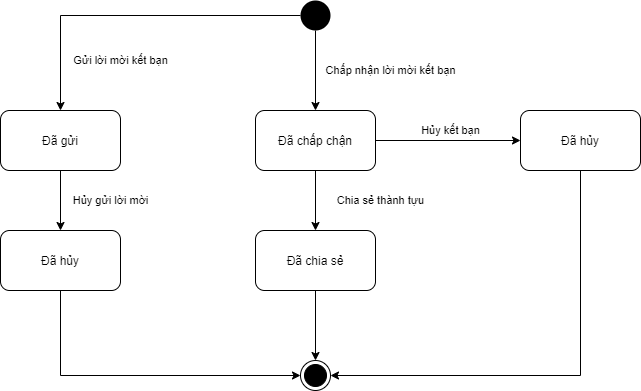
The draw.io diagram ToDoApp-Doc/Document/Diagram/State Machine Diagram/AddFriends/AddFriends_StateMachineDiagram.png in Merevoli-DatLuu/To-Do-App, before a commit. Source tidied: cells renumbered, new cells last; positions are measured from the earlier drawing's top-left corner, leaving out a move shared by most shapes. Source of this version:
```xml
<mxGraphModel>
  <root>
    <mxCell id="0" />
    <mxCell id="1" parent="0" />
    <mxCell id="2" value="Chấp nhận lời mời kết bạn" style="edgeStyle=none;rounded=0;jettySize=auto;html=1;" parent="1" edge="1" source="4" target="7">
      <mxGeometry y="75" relative="1" as="geometry" />
    </mxCell>
    <mxCell id="3" value="Gửi lời mời kết bạn" style="edgeStyle=orthogonalEdgeStyle;rounded=0;jettySize=auto;html=1;" parent="1" edge="1" source="4" target="9">
      <mxGeometry x="0.07" y="45" relative="1" as="geometry" />
    </mxCell>
    <mxCell id="4" style="ellipse;fillColor=#000000;strokeColor=none;" parent="1" vertex="1">
      <mxGeometry x="300" width="30" height="30" as="geometry" />
    </mxCell>
    <mxCell id="5" value="Hủy kết bạn" style="edgeStyle=orthogonalEdgeStyle;rounded=0;jettySize=auto;html=1;" parent="1" edge="1" source="7" target="11">
      <mxGeometry x="0.03" y="10" relative="1" as="geometry" />
    </mxCell>
    <mxCell id="6" value="Chia sẻ thành tựu" style="edgeStyle=orthogonalEdgeStyle;rounded=0;jettySize=auto;html=1;exitX=0.5;exitY=1;exitDx=0;exitDy=0;" parent="1" edge="1" source="7" target="13">
      <mxGeometry y="65" relative="1" as="geometry" />
    </mxCell>
    <mxCell id="7" value="Đã chấp chận" style="rounded=1;whiteSpace=wrap;html=1;" parent="1" vertex="1">
      <mxGeometry x="255" y="110" width="120" height="60" as="geometry" />
    </mxCell>
    <mxCell id="8" value="Hủy gửi lời mời" style="edgeStyle=orthogonalEdgeStyle;rounded=0;jettySize=auto;html=1;exitX=0.5;exitY=1;exitDx=0;exitDy=0;" parent="1" edge="1" source="9" target="15">
      <mxGeometry y="50" relative="1" as="geometry" />
    </mxCell>
    <mxCell id="9" value="Đã gửi" style="rounded=1;whiteSpace=wrap;html=1;" parent="1" vertex="1">
      <mxGeometry y="110" width="120" height="60" as="geometry" />
    </mxCell>
    <mxCell id="10" style="edgeStyle=orthogonalEdgeStyle;rounded=0;jettySize=auto;html=1;entryX=1;entryY=0.5;entryDx=0;entryDy=0;" parent="1" edge="1" source="11" target="16">
      <mxGeometry relative="1" as="geometry">
        <Array as="points">
          <mxPoint x="580" y="375" />
        </Array>
      </mxGeometry>
    </mxCell>
    <mxCell id="11" value="Đã hủy" style="rounded=1;whiteSpace=wrap;html=1;" parent="1" vertex="1">
      <mxGeometry x="520" y="110" width="120" height="60" as="geometry" />
    </mxCell>
    <mxCell id="12" style="edgeStyle=orthogonalEdgeStyle;rounded=0;jettySize=auto;html=1;exitX=0.5;exitY=1;exitDx=0;exitDy=0;entryX=0.5;entryY=0;entryDx=0;entryDy=0;" parent="1" edge="1" source="13" target="16">
      <mxGeometry relative="1" as="geometry" />
    </mxCell>
    <mxCell id="13" value="Đã chia sẻ" style="rounded=1;whiteSpace=wrap;html=1;" parent="1" vertex="1">
      <mxGeometry x="255" y="230" width="120" height="60" as="geometry" />
    </mxCell>
    <mxCell id="14" style="edgeStyle=orthogonalEdgeStyle;rounded=0;jettySize=auto;html=1;entryX=0;entryY=0.5;entryDx=0;entryDy=0;" parent="1" edge="1" source="15" target="16">
      <mxGeometry relative="1" as="geometry">
        <Array as="points">
          <mxPoint x="60" y="375" />
        </Array>
      </mxGeometry>
    </mxCell>
    <mxCell id="15" value="Đã hủy" style="rounded=1;whiteSpace=wrap;html=1;" parent="1" vertex="1">
      <mxGeometry y="230" width="120" height="60" as="geometry" />
    </mxCell>
    <mxCell id="16" style="ellipse;html=1;shape=endState;fillColor=#000000;strokeColor=#000000;" parent="1" vertex="1">
      <mxGeometry x="300" y="360" width="30" height="30" as="geometry" />
    </mxCell>
  </root>
</mxGraphModel>
```
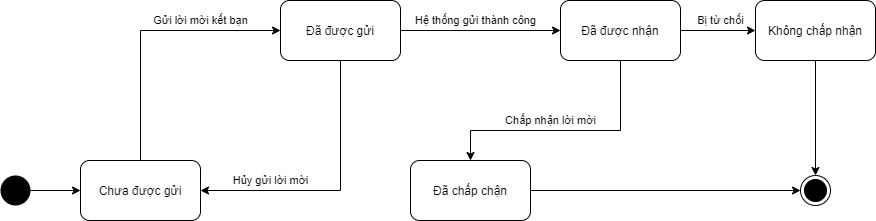
After the change.

Change to the diagram source:
```diff
@@ -2,58 +2,59 @@
   <root>
     <mxCell id="0" />
     <mxCell id="1" parent="0" />
-    <mxCell id="2" value="Chấp nhận lời mời kết bạn" style="edgeStyle=none;rounded=0;jettySize=auto;html=1;" parent="1" edge="1" source="4" target="7">
-      <mxGeometry y="75" relative="1" as="geometry" />
-    </mxCell>
+    <mxCell id="8" value="Hủy gửi lời mời" style="edgeStyle=orthogonalEdgeStyle;rounded=0;jettySize=auto;html=1;entryX=1;entryY=0.5;entryDx=0;entryDy=0;entryPerimeter=0;" parent="1" edge="1" source="9" target="19">
+      <mxGeometry x="0.48" y="-10" relative="1" as="geometry">
+        <Array as="points">
+          <mxPoint x="340" y="-260" />
+        </Array>
+      </mxGeometry>
+    </mxCell>
+    <mxCell id="17" value="Hệ thống gửi thành công" style="edgeStyle=orthogonalEdgeStyle;rounded=0;jettySize=auto;html=1;entryX=0;entryY=0.5;entryDx=0;entryDy=0;" parent="1" edge="1" source="9" target="24">
+      <mxGeometry x="-0.07" y="10" relative="1" as="geometry" />
+    </mxCell>
+    <mxCell id="9" value="Đã được gửi" style="rounded=1;whiteSpace=wrap;html=1;" parent="1" vertex="1">
+      <mxGeometry x="280" y="-450" width="120" height="60" as="geometry" />
+    </mxCell>
+    <mxCell id="18" style="edgeStyle=orthogonalEdgeStyle;rounded=0;jettySize=auto;html=1;exitX=1;exitY=0.5;exitDx=0;exitDy=0;entryX=0;entryY=0.5;entryDx=0;entryDy=0;" parent="1" edge="1" source="7" target="16">
+      <mxGeometry relative="1" as="geometry" />
+    </mxCell>
+    <mxCell id="16" style="ellipse;html=1;shape=endState;fillColor=#000000;strokeColor=#000000;" parent="1" vertex="1">
+      <mxGeometry x="800" y="-275" width="30" height="30" as="geometry" />
+    </mxCell>
+    <mxCell id="19" value="Chưa được gửi" style="rounded=1;whiteSpace=wrap;html=1;" parent="1" vertex="1">
+      <mxGeometry x="80" y="-290" width="120" height="60" as="geometry" />
+    </mxCell>
+    <mxCell id="20" style="edgeStyle=orthogonalEdgeStyle;rounded=0;jettySize=auto;html=1;" parent="1" edge="1" source="21" target="19">
+      <mxGeometry relative="1" as="geometry" />
+    </mxCell>
+    <mxCell id="21" style="ellipse;fillColor=#000000;strokeColor=none;" parent="1" vertex="1">
+      <mxGeometry y="-275" width="30" height="30" as="geometry" />
+    </mxCell>
+    <mxCell id="7" value="Đã chấp chận" style="rounded=1;whiteSpace=wrap;html=1;" parent="1" vertex="1">
+      <mxGeometry x="410" y="-290" width="120" height="60" as="geometry" />
+    </mxCell>
-    <mxCell id="3" value="Gửi lời mời kết bạn" style="edgeStyle=orthogonalEdgeStyle;rounded=0;jettySize=auto;html=1;" parent="1" edge="1" source="4" target="9">
-      <mxGeometry x="0.07" y="45" relative="1" as="geometry" />
+    <mxCell id="3" value="Gửi lời mời kết bạn" style="edgeStyle=orthogonalEdgeStyle;rounded=0;jettySize=auto;html=1;exitX=0.5;exitY=0;exitDx=0;exitDy=0;entryX=0;entryY=0.5;entryDx=0;entryDy=0;" parent="1" edge="1" source="19" target="9">
+      <mxGeometry x="0.41" y="10" relative="1" as="geometry" />
     </mxCell>
-    <mxCell id="4" style="ellipse;fillColor=#000000;strokeColor=none;" parent="1" vertex="1">
-      <mxGeometry x="300" width="30" height="30" as="geometry" />
-    </mxCell>
-    <mxCell id="5" value="Hủy kết bạn" style="edgeStyle=orthogonalEdgeStyle;rounded=0;jettySize=auto;html=1;" parent="1" edge="1" source="7" target="11">
-      <mxGeometry x="0.03" y="10" relative="1" as="geometry" />
-    </mxCell>
-    <mxCell id="6" value="Chia sẻ thành tựu" style="edgeStyle=orthogonalEdgeStyle;rounded=0;jettySize=auto;html=1;exitX=0.5;exitY=1;exitDx=0;exitDy=0;" parent="1" edge="1" source="7" target="13">
-      <mxGeometry y="65" relative="1" as="geometry" />
-    </mxCell>
-    <mxCell id="7" value="Đã chấp chận" style="rounded=1;whiteSpace=wrap;html=1;" parent="1" vertex="1">
-      <mxGeometry x="255" y="110" width="120" height="60" as="geometry" />
-    </mxCell>
-    <mxCell id="8" value="Hủy gửi lời mời" style="edgeStyle=orthogonalEdgeStyle;rounded=0;jettySize=auto;html=1;exitX=0.5;exitY=1;exitDx=0;exitDy=0;" parent="1" edge="1" source="9" target="15">
-      <mxGeometry y="50" relative="1" as="geometry" />
-    </mxCell>
-    <mxCell id="9" value="Đã gửi" style="rounded=1;whiteSpace=wrap;html=1;" parent="1" vertex="1">
-      <mxGeometry y="110" width="120" height="60" as="geometry" />
-    </mxCell>
-    <mxCell id="10" style="edgeStyle=orthogonalEdgeStyle;rounded=0;jettySize=auto;html=1;entryX=1;entryY=0.5;entryDx=0;entryDy=0;" parent="1" edge="1" source="11" target="16">
-      <mxGeometry relative="1" as="geometry">
-        <Array as="points">
-          <mxPoint x="580" y="375" />
-        </Array>
-      </mxGeometry>
-    </mxCell>
-    <mxCell id="11" value="Đã hủy" style="rounded=1;whiteSpace=wrap;html=1;" parent="1" vertex="1">
-      <mxGeometry x="520" y="110" width="120" height="60" as="geometry" />
-    </mxCell>
-    <mxCell id="12" style="edgeStyle=orthogonalEdgeStyle;rounded=0;jettySize=auto;html=1;exitX=0.5;exitY=1;exitDx=0;exitDy=0;entryX=0.5;entryY=0;entryDx=0;entryDy=0;" parent="1" edge="1" source="13" target="16">
-      <mxGeometry relative="1" as="geometry" />
-    </mxCell>
-    <mxCell id="13" value="Đã chia sẻ" style="rounded=1;whiteSpace=wrap;html=1;" parent="1" vertex="1">
-      <mxGeometry x="255" y="230" width="120" height="60" as="geometry" />
-    </mxCell>
-    <mxCell id="14" style="edgeStyle=orthogonalEdgeStyle;rounded=0;jettySize=auto;html=1;entryX=0;entryY=0.5;entryDx=0;entryDy=0;" parent="1" edge="1" source="15" target="16">
-      <mxGeometry relative="1" as="geometry">
-        <Array as="points">
-          <mxPoint x="60" y="375" />
-        </Array>
-      </mxGeometry>
-    </mxCell>
-    <mxCell id="15" value="Đã hủy" style="rounded=1;whiteSpace=wrap;html=1;" parent="1" vertex="1">
-      <mxGeometry y="230" width="120" height="60" as="geometry" />
-    </mxCell>
-    <mxCell id="16" style="ellipse;html=1;shape=endState;fillColor=#000000;strokeColor=#000000;" parent="1" vertex="1">
-      <mxGeometry x="300" y="360" width="30" height="30" as="geometry" />
-    </mxCell>
+    <mxCell id="22" value="Chấp nhận lời mời" style="edgeStyle=orthogonalEdgeStyle;rounded=0;jettySize=auto;html=1;entryX=0.5;entryY=0;entryDx=0;entryDy=0;exitX=0.5;exitY=1;exitDx=0;exitDy=0;" parent="1" edge="1" source="24" target="7">
+      <mxGeometry x="0.12" y="-10" relative="1" as="geometry">
+        <Array as="points">
+          <mxPoint x="620" y="-320" />
+          <mxPoint x="470" y="-320" />
+        </Array>
+      </mxGeometry>
+    </mxCell>
+    <mxCell id="23" value="Bị từ chối" style="edgeStyle=orthogonalEdgeStyle;rounded=0;jettySize=auto;html=1;exitX=1;exitY=0.5;exitDx=0;exitDy=0;" parent="1" edge="1" source="24" target="26">
+      <mxGeometry x="0.07" y="10" relative="1" as="geometry" />
+    </mxCell>
+    <mxCell id="24" value="Đã được nhận" style="rounded=1;whiteSpace=wrap;html=1;" parent="1" vertex="1">
+      <mxGeometry x="560" y="-450" width="120" height="60" as="geometry" />
+    </mxCell>
+    <mxCell id="25" style="edgeStyle=orthogonalEdgeStyle;rounded=0;jettySize=auto;html=1;entryX=0.5;entryY=0;entryDx=0;entryDy=0;" parent="1" edge="1" source="26" target="16">
+      <mxGeometry relative="1" as="geometry" />
+    </mxCell>
+    <mxCell id="26" value="Không chấp nhận" style="rounded=1;whiteSpace=wrap;html=1;" parent="1" vertex="1">
+      <mxGeometry x="755" y="-450" width="120" height="60" as="geometry" />
+    </mxCell>
   </root>
 </mxGraphModel>
```
